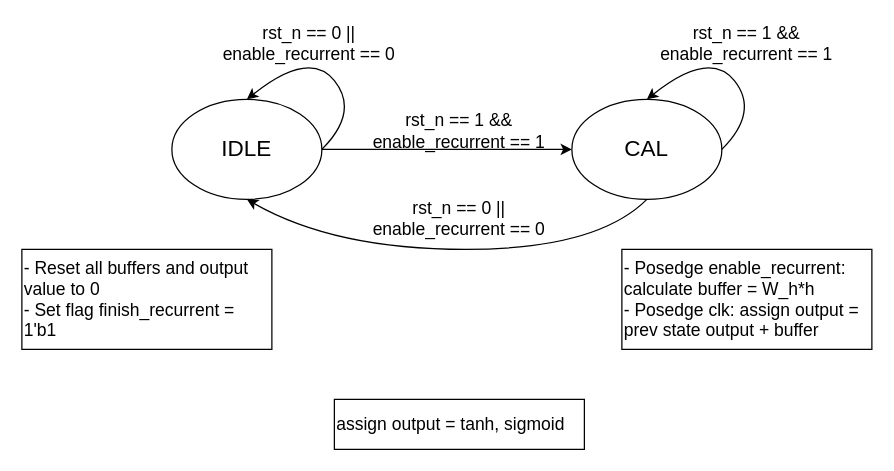
This is page "CAL_RECURRENT state" (8 of 9) of doc/LSTMAccelerator.drawio from newfrogg/LSTMAccelerator, a draw.io file, before an edit. Source tidied: cells renumbered, new cells numbered last; positions are measured from the earlier drawing's top-left corner, leaving out a move shared by most shapes. Both pictures are drawn from the tidied source at 125%, with x=0, y=0 at pixel (21, 24).
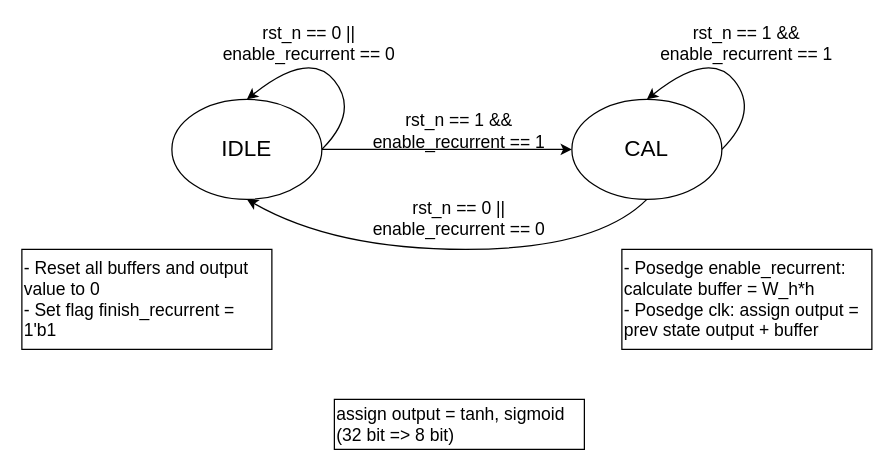
Above is the later version.

Commit message:
added CAL_CELL state

What changed in the source:
```diff
@@
-    <mxCell id="14" value="&lt;span style=&quot;font-size: 14px;&quot;&gt;assign output = tanh, sigmoid&lt;/span&gt;" style="rounded=0;whiteSpace=wrap;html=1;align=left;" parent="1" vertex="1">
+    <mxCell id="14" value="&lt;span style=&quot;font-size: 14px;&quot;&gt;assign output = tanh, sigmoid (32 bit =&amp;gt; 8 bit)&lt;/span&gt;" style="rounded=0;whiteSpace=wrap;html=1;align=left;" parent="1" vertex="1">
       <mxGeometry x="250" y="300" width="200" height="40" as="geometry" />
     </mxCell>
```
